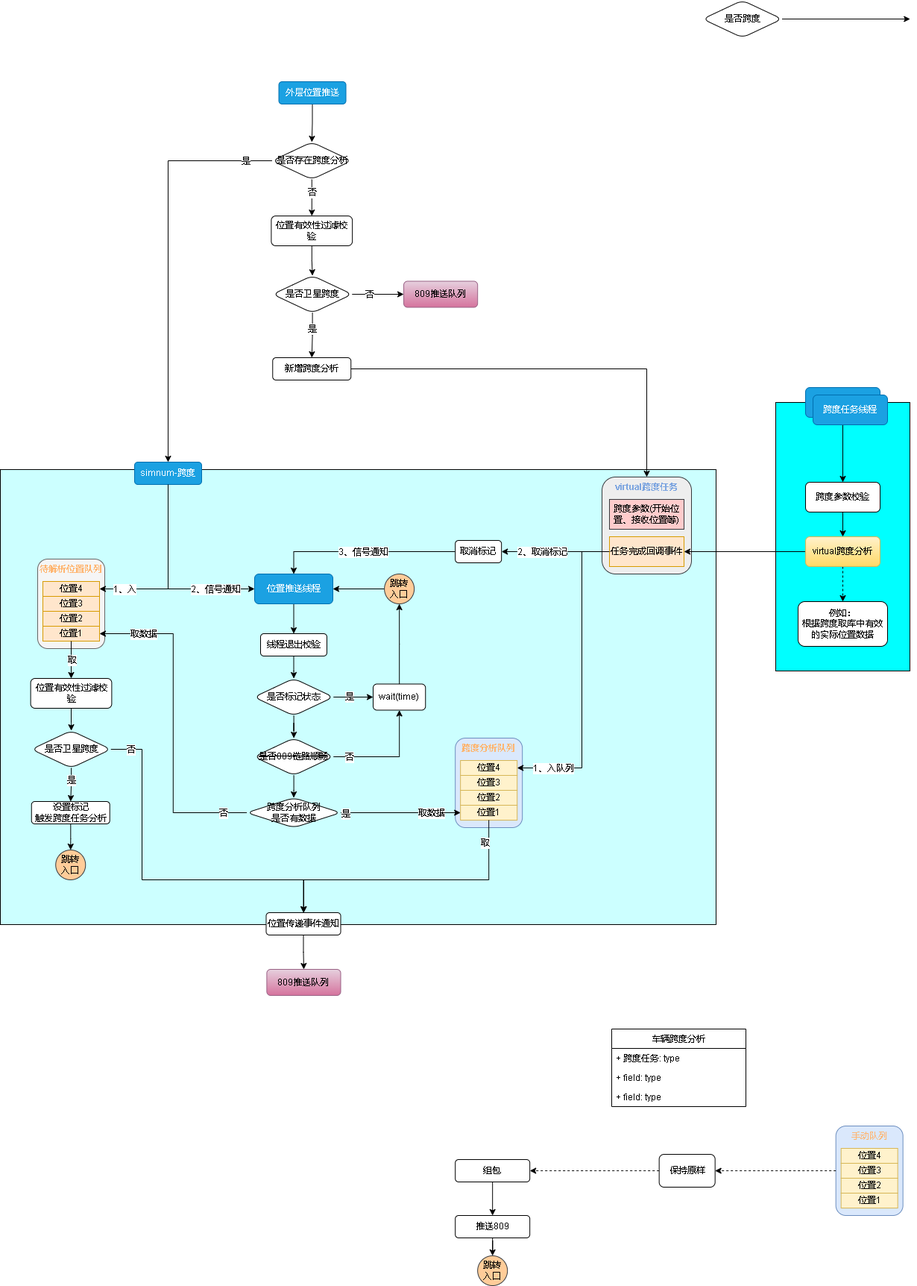
The draw.io diagram 809数据跨度.drawio.png in xktder/draw, before a commit. Source tidied: cells renumbered, new cells last; positions are measured from the earlier drawing's top-left corner, leaving out a move shared by most shapes.
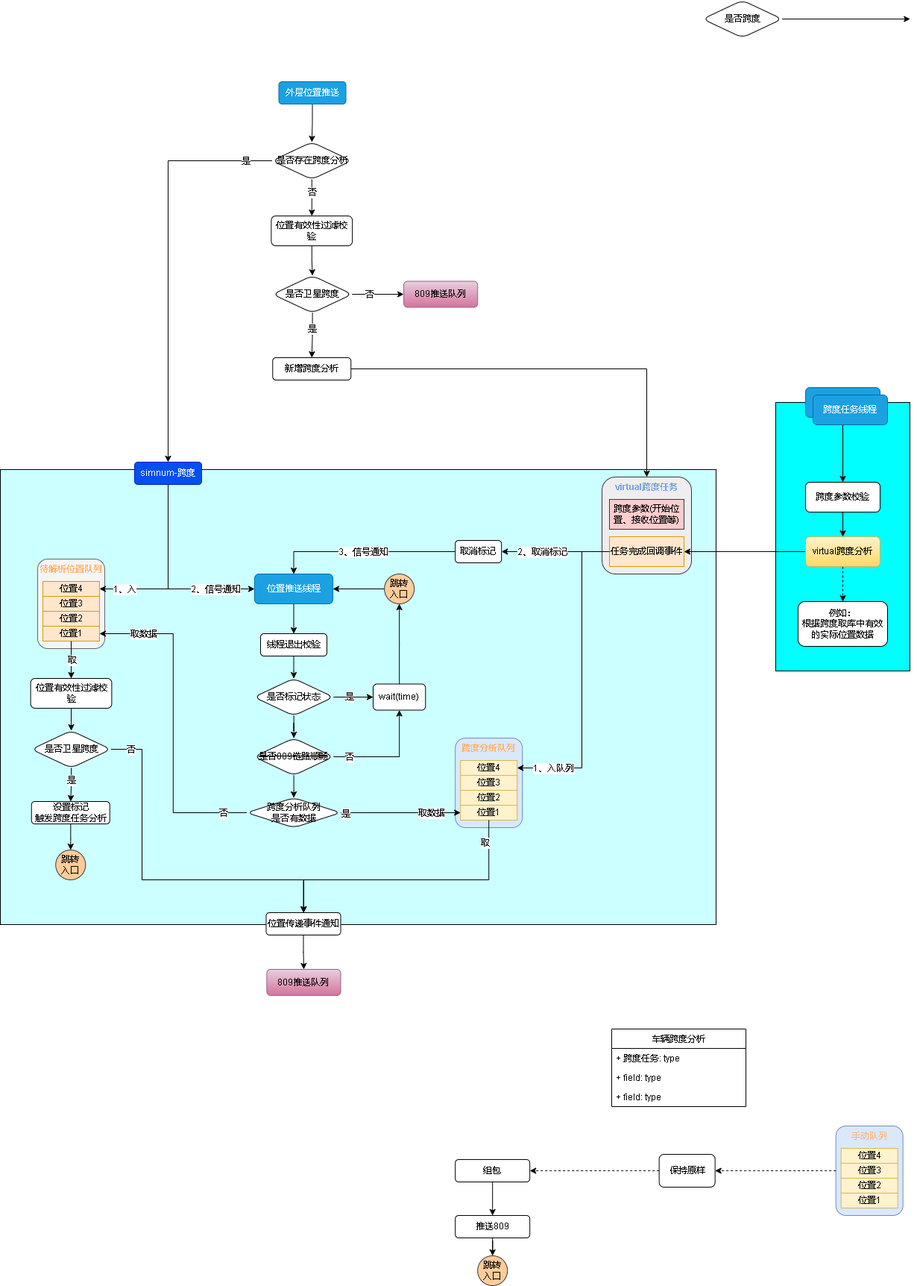
After the change.

Commit message:
更新809数据跨度.drawio.png

Diff of the diagram source:
```diff
@@ -21,7 +21,7 @@
         <mxPoint x="-10" as="offset" />
       </mxGeometry>
     </mxCell>
-    <mxCell id="6" value="simnum-跨度" style="rounded=1;whiteSpace=wrap;html=1;fillColor=#1ba1e2;fontColor=#ffffff;strokeColor=#006EAF;" parent="1" vertex="1">
+    <mxCell id="6" value="simnum-跨度" style="rounded=1;whiteSpace=wrap;html=1;fillColor=#0050ef;fontColor=#ffffff;strokeColor=#001DBC;" parent="1" vertex="1">
       <mxGeometry x="180" y="619" width="90" height="30" as="geometry" />
     </mxCell>
     <mxCell id="7" style="group;" parent="1" vertex="1">
```
